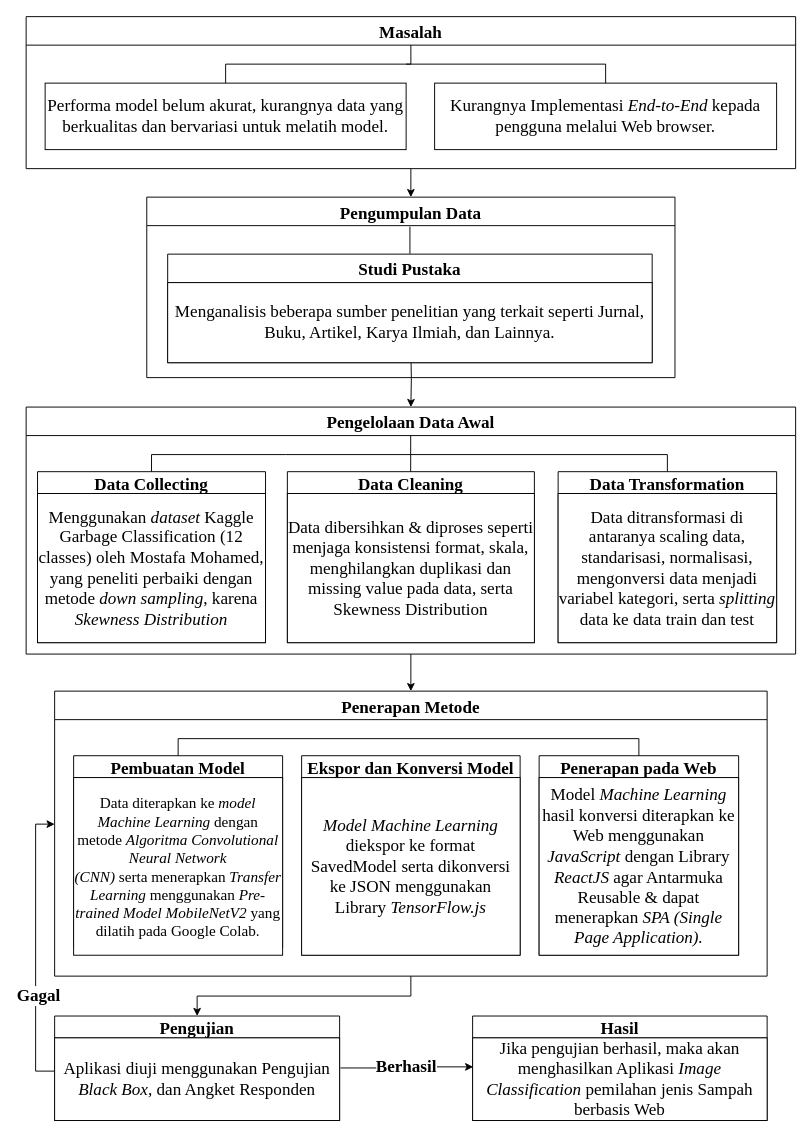
virgiawankusuma/drawio-archive-skripsi keeps this draw.io diagram as Copy of Copy of Copy of Copy of mindmap.drawio. Above is the earlier version. Source tidied: cells renumbered, new cells numbered last; positions are measured from the earlier drawing's top-left corner, leaving out a move shared by most shapes. Both pictures are drawn from the tidied source at 95%, with x=0, y=0 at pixel (26, 16).
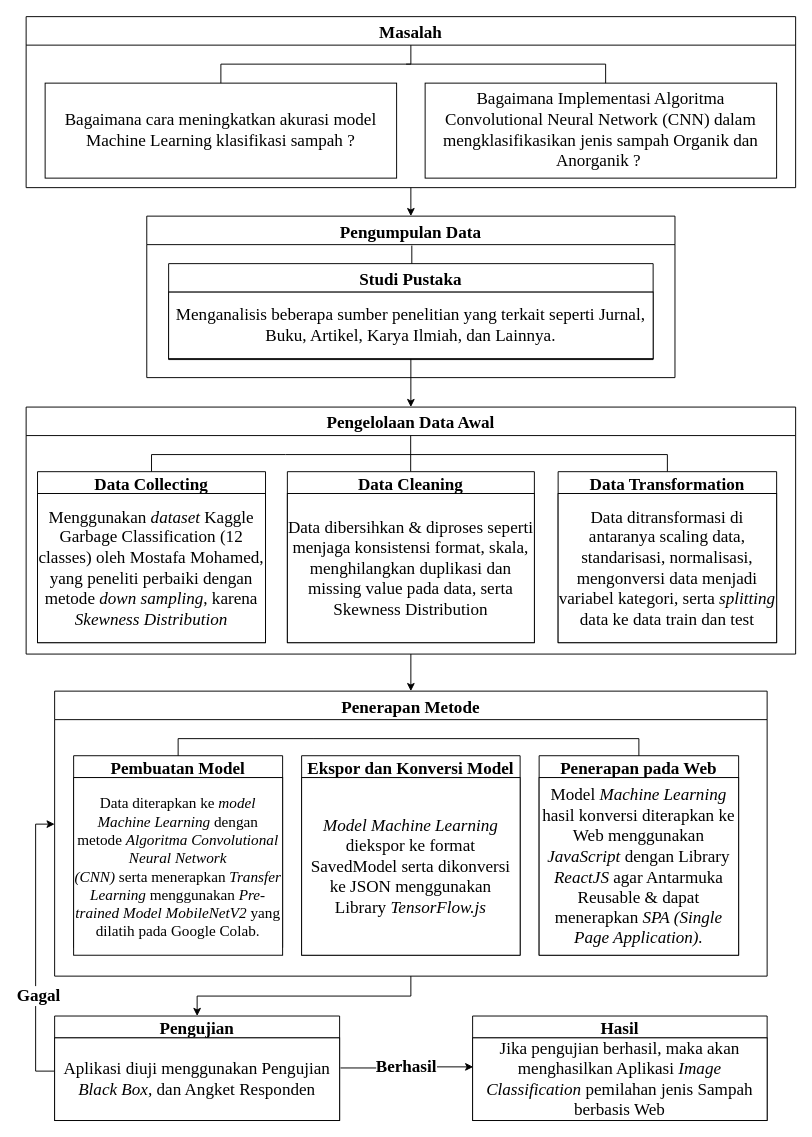
The same diagram, later.

The change refers to these unchanged cells:
```xml
<mxCell id="14" value="Pengelolaan Data Awal" style="swimlane;fontFamily=Times New Roman;fontSize=18;startSize=30;" parent="1" vertex="1">
  <mxGeometry y="411" width="810" height="260" as="geometry" />
</mxCell>
```

Diff of the diagram source:
```diff
@@
-    <mxCell id="2" style="edgeStyle=orthogonalEdgeStyle;rounded=0;jettySize=auto;html=1;exitX=0.5;exitY=1;exitDx=0;exitDy=0;entryX=0.5;entryY=0;entryDx=0;entryDy=0;fontFamily=Helvetica;fontSize=12;" parent="1" edge="1" source="3" target="8">
+    <mxCell id="2" style="edgeStyle=orthogonalEdgeStyle;rounded=0;jettySize=auto;html=1;exitX=0.5;exitY=1;exitDx=0;exitDy=0;entryX=0.5;entryY=0;entryDx=0;entryDy=0;" parent="1" edge="1" source="3" target="8">
       <mxGeometry relative="1" as="geometry" />
     </mxCell>
     <mxCell id="3" value="Masalah" style="swimlane;fontSize=18;startSize=30;fontFamily=Times New Roman;" parent="1" vertex="1">
-      <mxGeometry width="810" height="160" as="geometry" />
+      <mxGeometry width="810" height="180" as="geometry" />
     </mxCell>
-    <mxCell id="4" value="&lt;span style=&quot;font-size: 18px;&quot;&gt;Performa model belum akurat, kurangnya data yang berkualitas dan bervariasi untuk melatih model.&lt;/span&gt;" style="rounded=0;whiteSpace=wrap;html=1;fontFamily=Times New Roman;fontSize=18;" parent="3" vertex="1">
-      <mxGeometry x="20" y="70" width="380" height="70" as="geometry" />
+    <mxCell id="4" value="Bagaimana cara meningkatkan akurasi model Machine Learning klasifikasi sampah ?" style="rounded=0;whiteSpace=wrap;html=1;fontFamily=Times New Roman;fontSize=18;" parent="3" vertex="1">
+      <mxGeometry x="20" y="70" width="370" height="100" as="geometry" />
     </mxCell>
     <mxCell id="5" style="endArrow=none;html=1;rounded=0;fontFamily=Helvetica;fontSize=12;exitX=0.5;exitY=0;exitDx=0;exitDy=0;" parent="3" edge="1" source="4">
       <mxGeometry relative="1" as="geometry">
         <mxPoint x="405" y="30" as="targetPoint" />
         <Array as="points">
-          <mxPoint x="210" y="50" />
+          <mxPoint x="205" y="50" />
           <mxPoint x="405" y="50" />
         </Array>
       </mxGeometry>
     </mxCell>
-    <mxCell id="6" value="&lt;span style=&quot;font-size: 18px;&quot;&gt;Kurangnya Implementasi &lt;i style=&quot;font-size: 18px;&quot;&gt;End-to-End&lt;/i&gt; kepada pengguna melalui Web browser.&lt;/span&gt;" style="rounded=0;whiteSpace=wrap;html=1;fontSize=18;fontFamily=Times New Roman;" parent="3" vertex="1">
-      <mxGeometry x="430" y="70" width="360" height="70" as="geometry" />
+    <mxCell id="6" value="Bagaimana Implementasi Algoritma Convolutional Neural Network (CNN) dalam mengklasifikasikan jenis sampah Organik dan Anorganik ?&amp;nbsp;" style="rounded=0;whiteSpace=wrap;html=1;fontSize=18;fontFamily=Times New Roman;align=center;" parent="3" vertex="1">
+      <mxGeometry x="420" y="70" width="370" height="100" as="geometry" />
     </mxCell>
-    <mxCell id="7" style="edgeStyle=orthogonalEdgeStyle;rounded=0;jettySize=auto;html=1;exitX=0.5;exitY=1;exitDx=0;exitDy=0;fontFamily=Helvetica;fontSize=12;" parent="1" edge="1" target="14">
-      <mxGeometry relative="1" as="geometry">
-        <mxPoint x="405" y="350" as="sourcePoint" />
-      </mxGeometry>
+    <mxCell id="7" style="edgeStyle=orthogonalEdgeStyle;rounded=0;jettySize=auto;html=1;exitX=0.5;exitY=1;exitDx=0;exitDy=0;fontFamily=Helvetica;fontSize=12;" parent="1" edge="1" source="11" target="14">
+      <mxGeometry relative="1" as="geometry" />
     </mxCell>
     <mxCell id="8" value="Pengumpulan Data" style="swimlane;fontSize=18;startSize=30;fontFamily=Times New Roman;" parent="1" vertex="1">
-      <mxGeometry x="127" y="190" width="556" height="190" as="geometry" />
+      <mxGeometry x="127" y="210" width="556" height="170" as="geometry" />
     </mxCell>
     <mxCell id="9" style="group;" parent="8" vertex="1">
-      <mxGeometry x="24" y="31" width="510" height="219" as="geometry" />
+      <mxGeometry x="26" y="31" width="510" height="219" as="geometry" />
     </mxCell>
     <mxCell id="10" value="Studi Pustaka" style="swimlane;fontSize=18;fontFamily=Times New Roman;startSize=30;" parent="9" vertex="1">
-      <mxGeometry x="-2" y="29" width="510" height="114.3" as="geometry" />
+      <mxGeometry x="-3" y="19" width="510" height="101" as="geometry" />
     </mxCell>
     <mxCell id="11" value="&lt;font style=&quot;font-size: 18px;&quot;&gt;Menganalisis beberapa sumber penelitian yang terkait seperti Jurnal, Buku, Artikel, Karya Ilmiah, dan Lainnya.&lt;/font&gt;" style="rounded=0;whiteSpace=wrap;html=1;fontFamily=Times New Roman;fontSize=12;" parent="10" vertex="1">
-      <mxGeometry y="30" width="510" height="84.3" as="geometry" />
+      <mxGeometry y="30" width="510" height="70" as="geometry" />
     </mxCell>
     <mxCell id="12" style="endArrow=none;html=1;rounded=0;fontFamily=Helvetica;fontSize=12;" parent="9" edge="1">
       <mxGeometry relative="1" as="geometry">
-        <mxPoint x="253" y="28.6" as="sourcePoint" />
+        <mxPoint x="253" y="19" as="sourcePoint" />
         <mxPoint x="253" as="targetPoint" />
       </mxGeometry>
     </mxCell>
```
